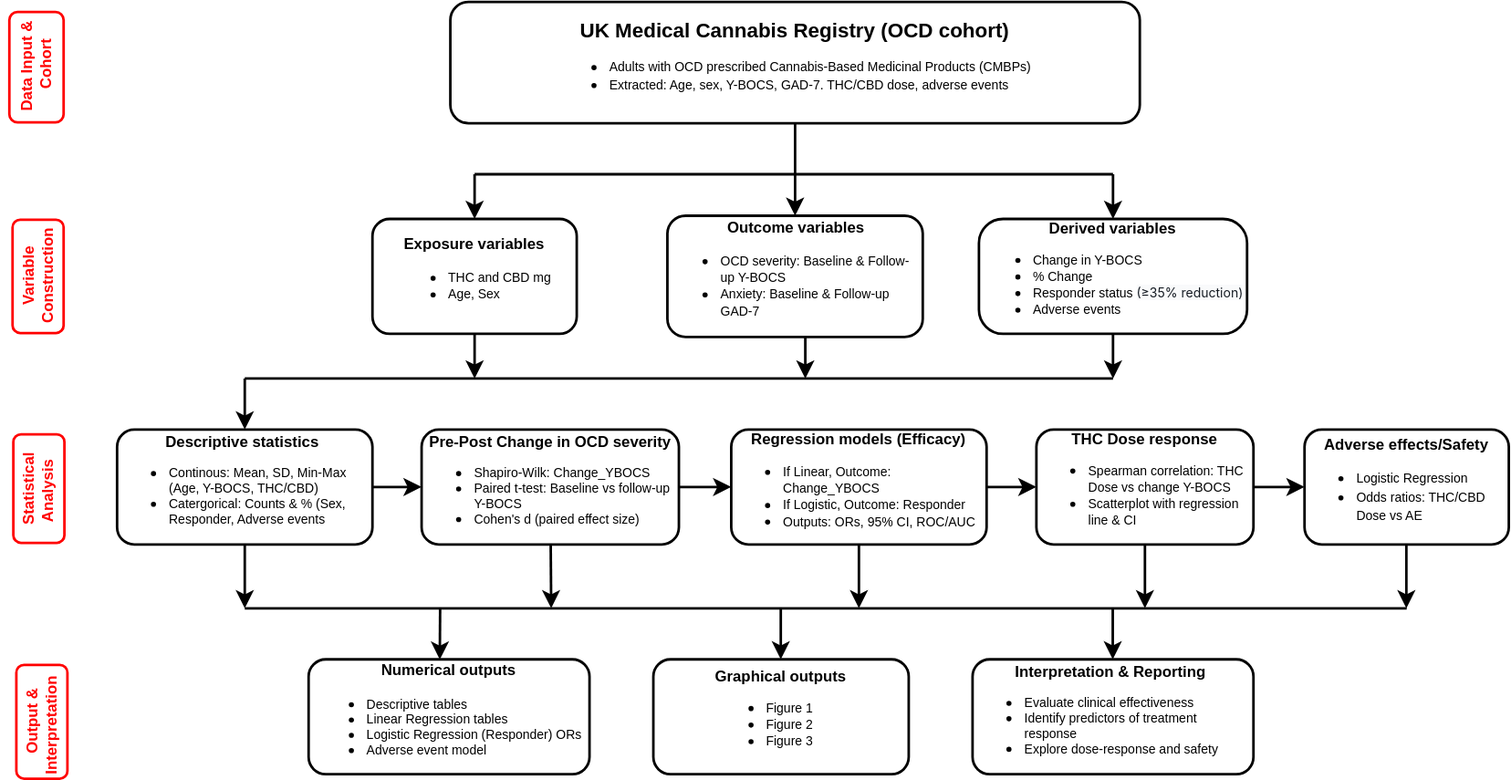
Above: Untitled Diagram.drawio.svg in amy-gurung/first-data-project (draw.io), before the change. Source tidied: cells renumbered, new cells last; positions are measured from the earlier drawing's top-left corner, leaving out a move shared by most shapes.
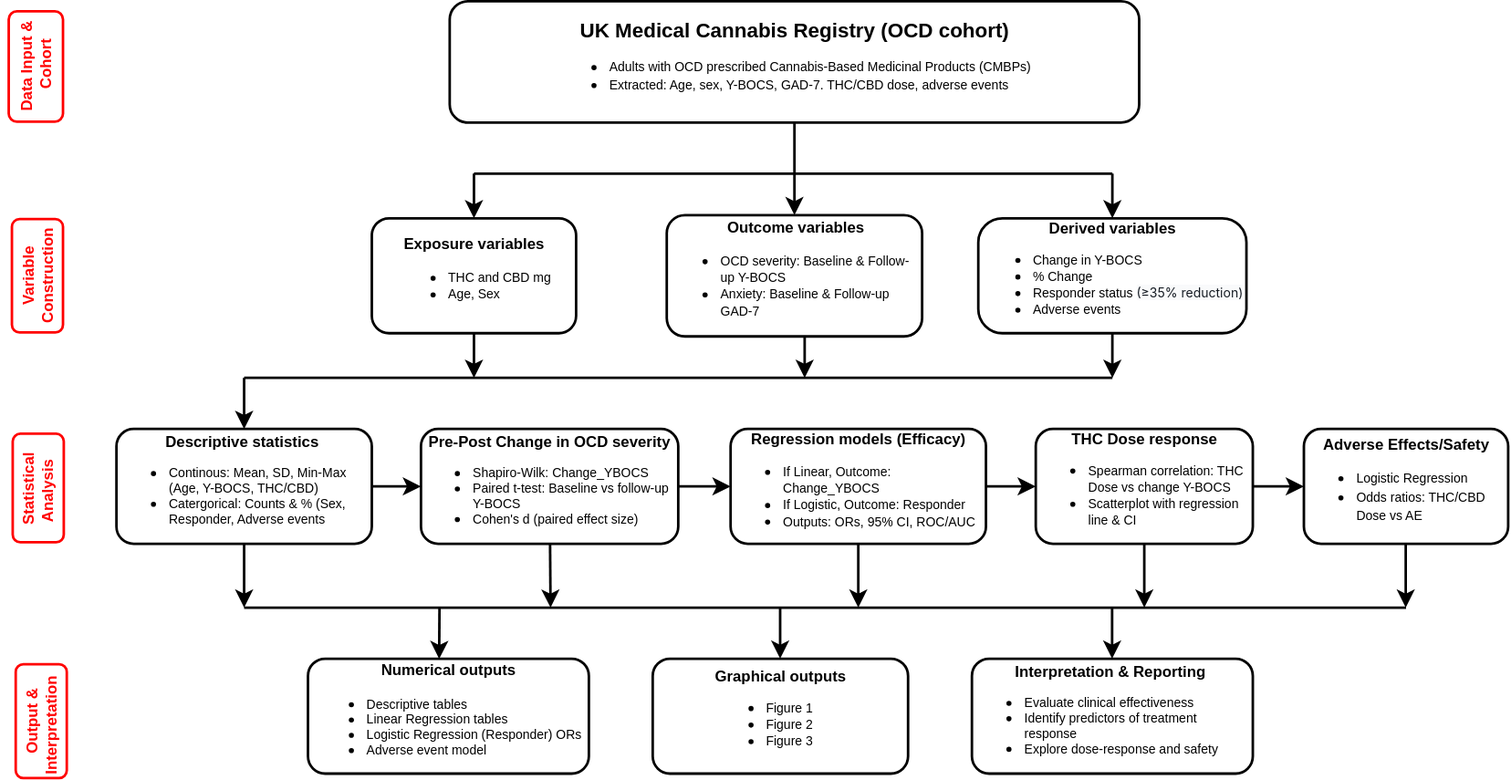
After the change.

Change to the diagram source:
```diff
@@ -75,7 +75,7 @@
         <mxPoint x="1115.8" y="475" as="targetPoint" />
       </mxGeometry>
     </mxCell>
-    <mxCell id="21" value="&lt;font&gt;&lt;b&gt;Adverse effects/Safety&lt;/b&gt;&lt;/font&gt;&lt;div&gt;&lt;ul&gt;&lt;li style=&quot;text-align: left;&quot;&gt;&lt;span style=&quot;font-size: 10px;&quot;&gt;Logistic Regression&lt;/span&gt;&lt;br&gt;&lt;/li&gt;&lt;li style=&quot;text-align: left;&quot;&gt;&lt;span style=&quot;font-size: 10px;&quot;&gt;Odds ratios: THC/CBD Dose vs AE&amp;nbsp;&lt;/span&gt;&lt;br&gt;&lt;/li&gt;&lt;/ul&gt;&lt;/div&gt;" style="rounded=1;whiteSpace=wrap;html=1;labelBackgroundColor=none;strokeWidth=2;" parent="1" vertex="1">
+    <mxCell id="21" value="&lt;font&gt;&lt;b&gt;Adverse Effects/Safety&lt;/b&gt;&lt;/font&gt;&lt;div&gt;&lt;ul&gt;&lt;li style=&quot;text-align: left;&quot;&gt;&lt;span style=&quot;font-size: 10px;&quot;&gt;Logistic Regression&lt;/span&gt;&lt;br&gt;&lt;/li&gt;&lt;li style=&quot;text-align: left;&quot;&gt;&lt;span style=&quot;font-size: 10px;&quot;&gt;Odds ratios: THC/CBD Dose vs AE&amp;nbsp;&lt;/span&gt;&lt;br&gt;&lt;/li&gt;&lt;/ul&gt;&lt;/div&gt;" style="rounded=1;whiteSpace=wrap;html=1;labelBackgroundColor=none;strokeWidth=2;" parent="1" vertex="1">
       <mxGeometry x="1036" y="335" width="160" height="90" as="geometry" />
     </mxCell>
     <mxCell id="22" style="edgeStyle=none;curved=1;rounded=0;orthogonalLoop=1;jettySize=auto;html=1;exitX=0.5;exitY=1;exitDx=0;exitDy=0;fontSize=12;startSize=8;endSize=8;labelBackgroundColor=none;fontColor=default;strokeWidth=2;" parent="1" edge="1" source="16" target="16">
```
